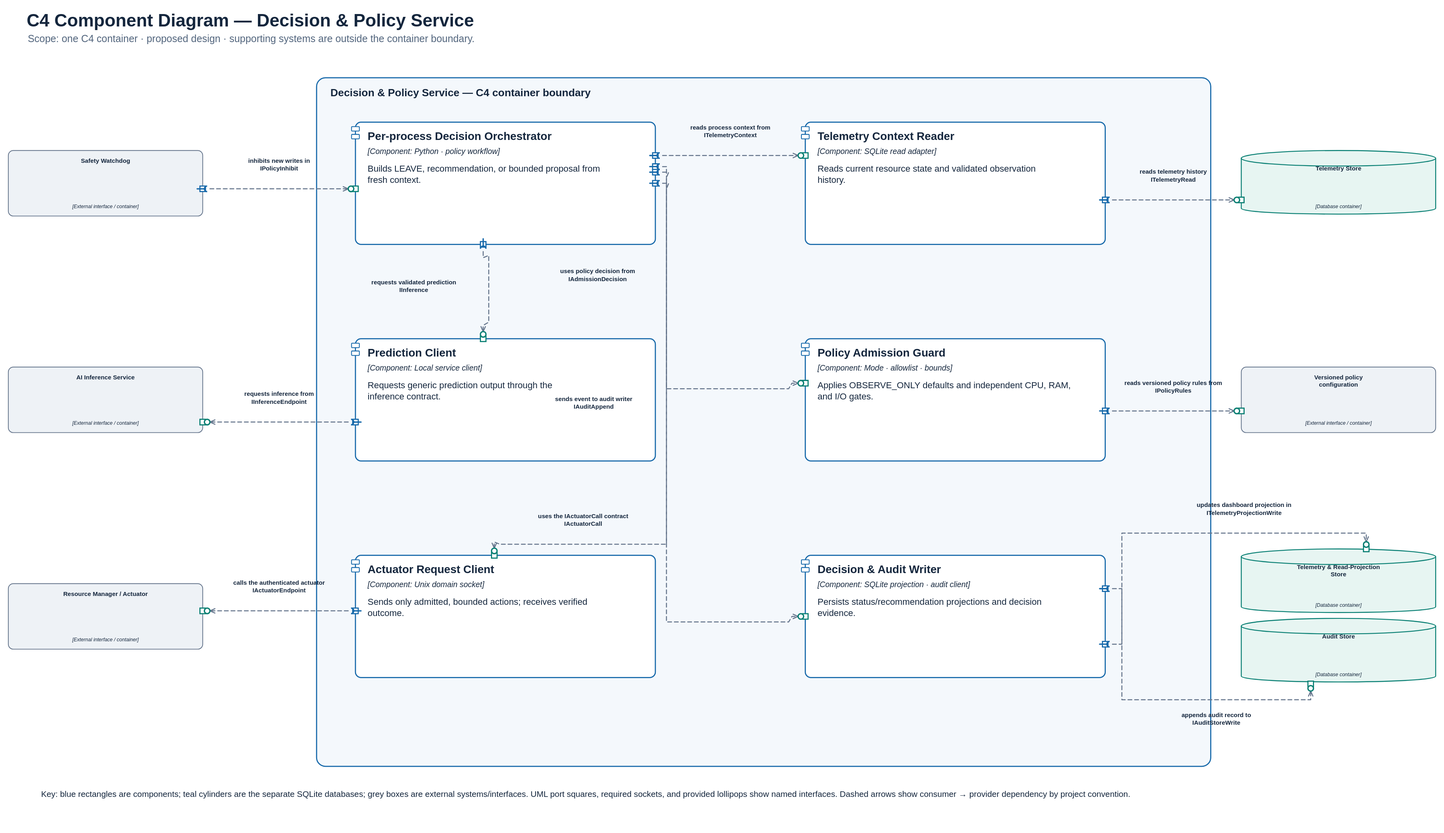
Before: documentation/architecture/c4/08_c4_decision_policy_components.svg, a diagram exported from PlantUML (Ammar-M-Eid/AIOS). Its source is kept beside it as documentation/architecture/c4/08_c4_decision_policy_components.puml.
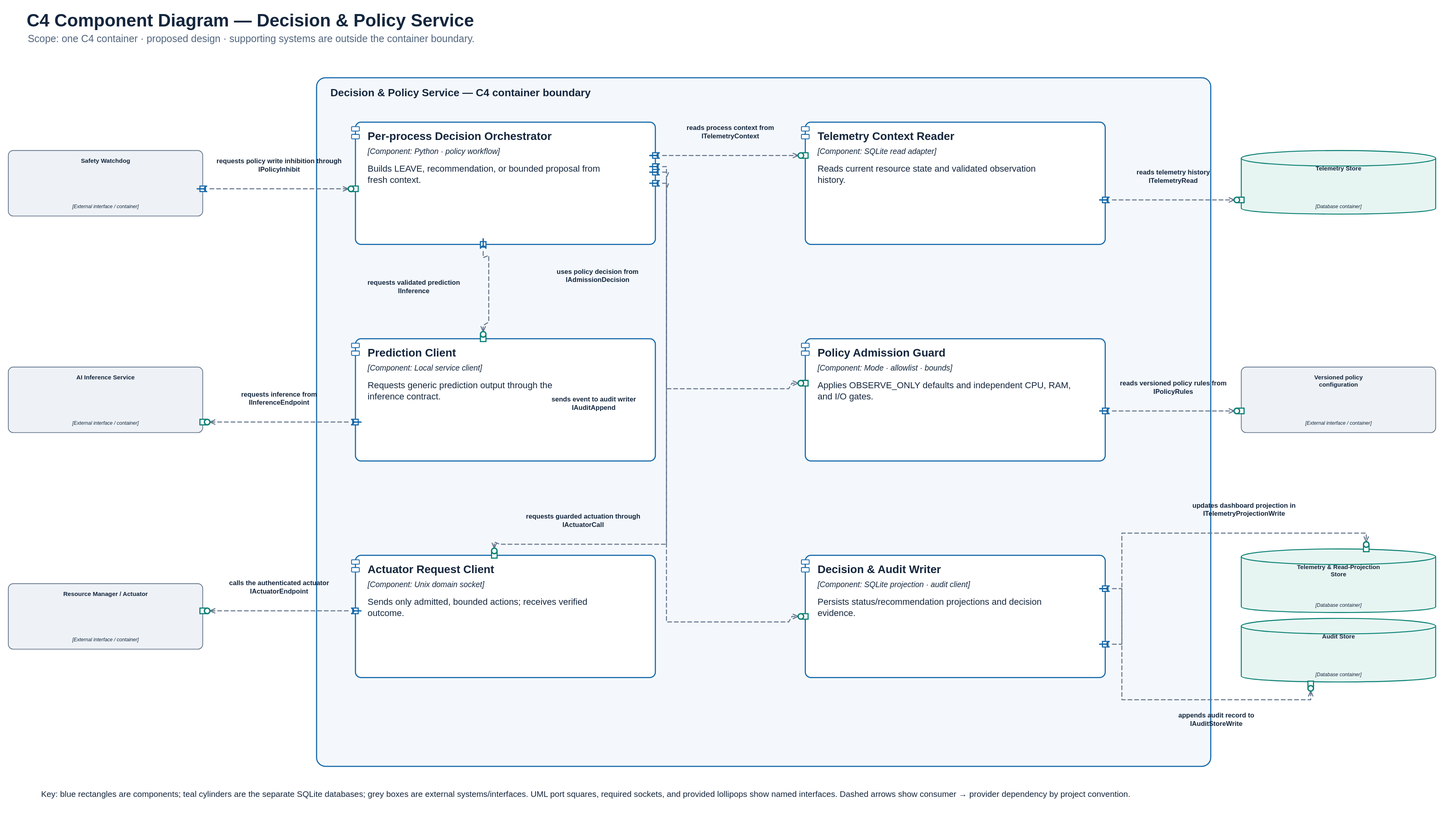
The same diagram one commit later.

Change to the diagram source:
```diff
@@ -22,10 +22,10 @@
 Rel(C1, C2, "reads process context from", "ITelemetryContext", $tags="dashed")
 Rel(C1, C3, "requests validated prediction", "IInference", $tags="dashed")
 Rel(C1, C4, "uses policy decision from", "IAdmissionDecision", $tags="dashed")
-Rel(C1, C5, "uses the IActuatorCall contract", "IActuatorCall", $tags="dashed")
+Rel(C1, C5, "requests guarded actuation through", "IActuatorCall", $tags="dashed")
 Rel(C5, S1, "calls the authenticated actuator", "IActuatorEndpoint", $tags="dashed")
 Rel(C1, C6, "sends event to audit writer", "IAuditAppend", $tags="dashed")
-Rel(S2, C1, "inhibits new writes in", "IPolicyInhibit", $tags="dashed")
+Rel(S2, C1, "requests policy write inhibition through", "IPolicyInhibit", $tags="dashed")
 Rel(C4, S3, "reads versioned policy rules from", "IPolicyRules", $tags="dashed")
 Rel(C2, S4, "reads telemetry history", "ITelemetryRead", $tags="dashed")
 Rel(C3, S5, "requests inference from", "IInferenceEndpoint", $tags="dashed")
```
